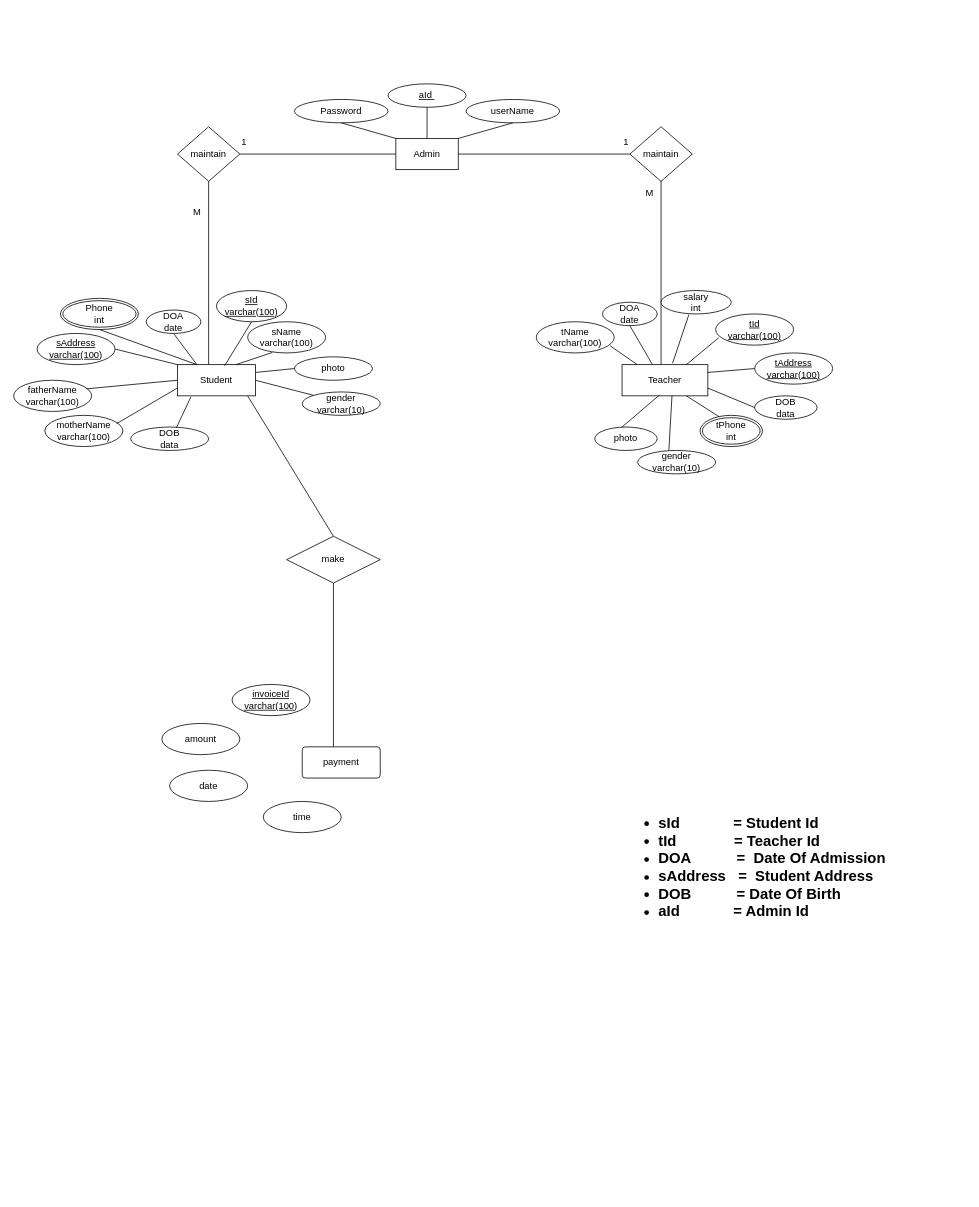
Dulara-Akalanka/Group-Software-Project keeps this draw.io diagram as ER-Diagram.drawio. Above is the earlier version. Source tidied: cells renumbered, new cells numbered last; positions are measured from the earlier drawing's top-left corner, leaving out a move shared by most shapes. Both pictures are drawn from the tidied source at 78%, with x=0, y=0 at pixel (13, 83).
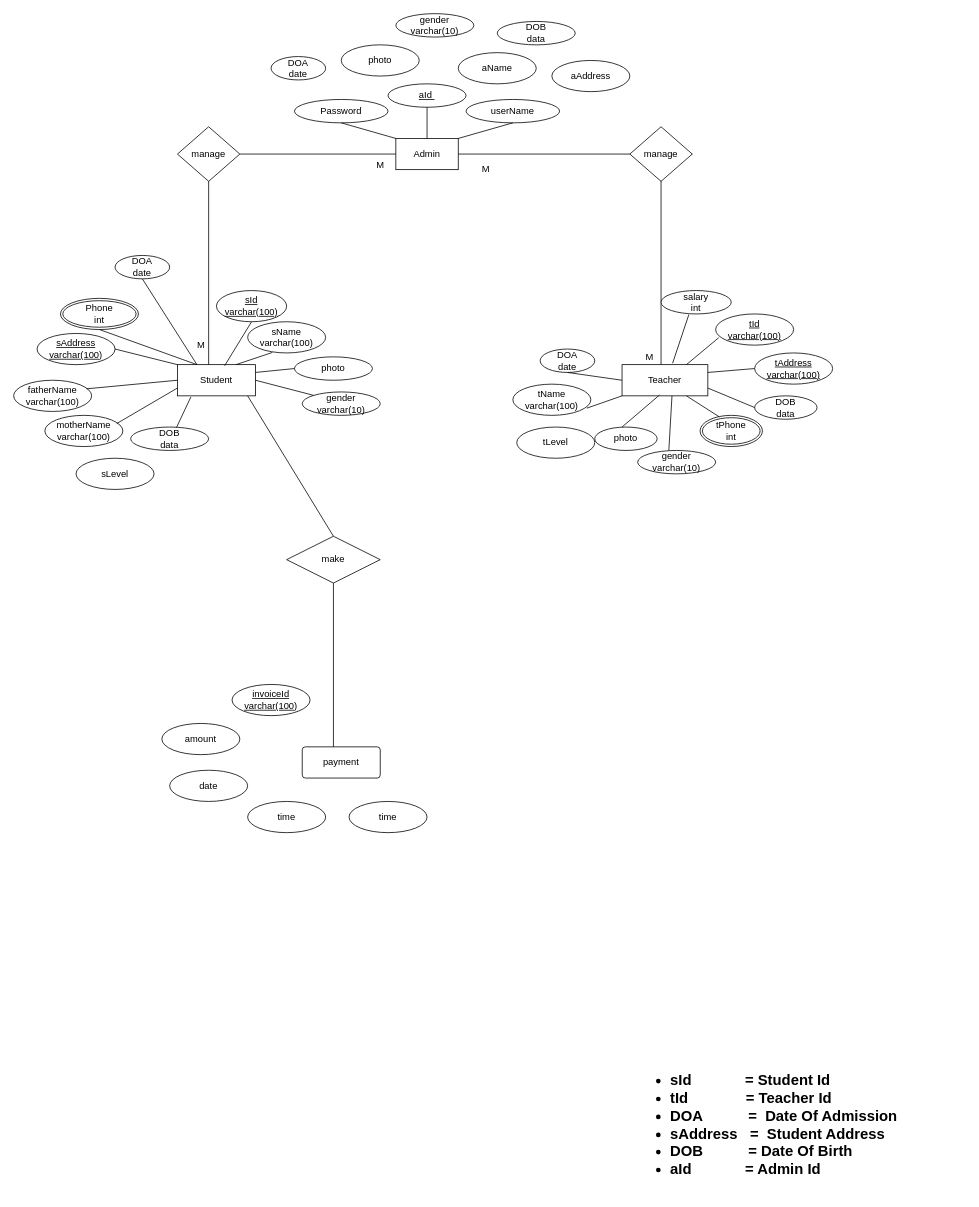
The same diagram, later.

Unchanged cells that the change refers to:
```xml
<mxCell id="3" value="Teacher" style="whiteSpace=wrap;html=1;align=center;" parent="1" vertex="1">
  <mxGeometry x="780" y="360" width="110" height="40" as="geometry" />
</mxCell>
```

Change to the diagram source:
```diff
@@
     <mxCell id="7" value="tName&lt;br&gt;varchar(100)" style="ellipse;whiteSpace=wrap;html=1;align=center;" parent="1" vertex="1">
-      <mxGeometry x="670" y="305" width="100" height="40" as="geometry" />
+      <mxGeometry x="640" y="385" width="100" height="40" as="geometry" />
     </mxCell>
@@
-    <mxCell id="32" value="1" style="text;html=1;align=center;verticalAlign=middle;strokeColor=none;fillColor=none;" parent="1" vertex="1">
-      <mxGeometry x="280" y="60" width="30" height="30" as="geometry" />
+    <mxCell id="32" value="M" style="text;html=1;align=center;verticalAlign=middle;strokeColor=none;fillColor=none;" parent="1" vertex="1">
+      <mxGeometry x="455" y="90" width="30" height="30" as="geometry" />
     </mxCell>
     <mxCell id="33" value="M" style="text;html=1;align=center;verticalAlign=middle;strokeColor=none;fillColor=none;" parent="1" vertex="1">
-      <mxGeometry x="220" y="150" width="30" height="30" as="geometry" />
+      <mxGeometry x="225" y="320" width="30" height="30" as="geometry" />
     </mxCell>
@@
-    <mxCell id="35" value="maintain" style="rhombus;whiteSpace=wrap;html=1;" parent="1" vertex="1">
+    <mxCell id="35" value="manage" style="rhombus;whiteSpace=wrap;html=1;" parent="1" vertex="1">
       <mxGeometry x="210" y="55" width="80" height="70" as="geometry" />
     </mxCell>
@@
-    <mxCell id="39" value="maintain" style="rhombus;whiteSpace=wrap;html=1;" parent="1" vertex="1">
+    <mxCell id="39" value="manage" style="rhombus;whiteSpace=wrap;html=1;" parent="1" vertex="1">
       <mxGeometry x="790" y="55" width="80" height="70" as="geometry" />
     </mxCell>
-    <mxCell id="40" value="1" style="text;html=1;align=center;verticalAlign=middle;strokeColor=none;fillColor=none;" parent="1" vertex="1">
-      <mxGeometry x="770" y="60" width="30" height="30" as="geometry" />
+    <mxCell id="40" value="M" style="text;html=1;align=center;verticalAlign=middle;strokeColor=none;fillColor=none;" parent="1" vertex="1">
+      <mxGeometry x="590" y="95" width="30" height="30" as="geometry" />
     </mxCell>
     <mxCell id="41" value="M" style="text;html=1;align=center;verticalAlign=middle;strokeColor=none;fillColor=none;" parent="1" vertex="1">
-      <mxGeometry x="800" y="125" width="30" height="30" as="geometry" />
+      <mxGeometry x="800" y="335" width="30" height="30" as="geometry" />
     </mxCell>
     <mxCell id="42" value="DOA&lt;br&gt;date" style="ellipse;whiteSpace=wrap;html=1;" parent="1" vertex="1">
-      <mxGeometry x="170" y="290" width="70" height="30" as="geometry" />
+      <mxGeometry x="130" y="220" width="70" height="30" as="geometry" />
     </mxCell>
     <mxCell id="43" value="DOA&lt;br&gt;date" style="ellipse;whiteSpace=wrap;html=1;direction=south;" parent="1" vertex="1">
-      <mxGeometry x="755" y="280" width="70" height="30" as="geometry" />
+      <mxGeometry x="675" y="340" width="70" height="30" as="geometry" />
     </mxCell>
@@
-    <mxCell id="46" style="endArrow=none;html=1;rounded=0;exitX=0.349;exitY=-0.025;exitDx=0;exitDy=0;exitPerimeter=0;entryX=1;entryY=0.5;entryDx=0;entryDy=0;" parent="1" edge="1" source="3" target="43">
+    <mxCell id="46" style="endArrow=none;html=1;rounded=0;exitX=0;exitY=0.5;exitDx=0;exitDy=0;entryX=1;entryY=0.5;entryDx=0;entryDy=0;" parent="1" edge="1" source="3" target="43">
       <mxGeometry relative="1" as="geometry" />
     </mxCell>
-    <mxCell id="47" style="endArrow=none;html=1;rounded=0;exitX=0.175;exitY=-0.005;exitDx=0;exitDy=0;entryX=0.948;entryY=0.77;entryDx=0;entryDy=0;entryPerimeter=0;exitPerimeter=0;" parent="1" edge="1" source="3" target="7">
+    <mxCell id="47" style="endArrow=none;html=1;rounded=0;exitX=0;exitY=1;exitDx=0;exitDy=0;entryX=0.948;entryY=0.77;entryDx=0;entryDy=0;entryPerimeter=0;" parent="1" edge="1" source="3" target="7">
       <mxGeometry relative="1" as="geometry" />
     </mxCell>
@@
     <mxCell id="55" value="&lt;blockquote style=&quot;margin: 0 0 0 40px; border: none; padding: 0px;&quot;&gt;&lt;div style=&quot;&quot;&gt;&lt;div style=&quot;font-size: 19px;&quot;&gt;&lt;ul&gt;&lt;li&gt;&lt;b&gt;&lt;span style=&quot;background-color: initial;&quot;&gt;sId&amp;nbsp; &amp;nbsp; &amp;nbsp; &amp;nbsp; &amp;nbsp; &amp;nbsp; &amp;nbsp;=&amp;nbsp;&lt;/span&gt;&lt;span style=&quot;background-color: initial;&quot;&gt;Student Id&lt;/span&gt;&lt;/b&gt;&lt;/li&gt;&lt;li&gt;&lt;span style=&quot;background-color: initial;&quot;&gt;&lt;b&gt;tId&amp;nbsp; &amp;nbsp; &amp;nbsp; &amp;nbsp; &amp;nbsp; &amp;nbsp; &amp;nbsp; = Teacher Id&amp;nbsp; &amp;nbsp; &amp;nbsp; &amp;nbsp; &amp;nbsp; &amp;nbsp; &amp;nbsp;&amp;nbsp;&lt;/b&gt;&lt;/span&gt;&lt;/li&gt;&lt;li&gt;&lt;span style=&quot;background-color: initial;&quot;&gt;&lt;b&gt;DOA&amp;nbsp; &amp;nbsp; &amp;nbsp; &amp;nbsp; &amp;nbsp; &amp;nbsp;=&amp;nbsp; Date Of Admission&lt;/b&gt;&lt;/span&gt;&lt;/li&gt;&lt;li&gt;&lt;span style=&quot;background-color: initial;&quot;&gt;&lt;b&gt;sAddress&amp;nbsp; &amp;nbsp;=&amp;nbsp; Student Address&lt;/b&gt;&lt;/span&gt;&lt;/li&gt;&lt;li&gt;&lt;span style=&quot;background-color: initial;&quot;&gt;&lt;b&gt;DOB&amp;nbsp; &amp;nbsp; &amp;nbsp; &amp;nbsp; &amp;nbsp; &amp;nbsp;= Date Of Birth&lt;/b&gt;&lt;/span&gt;&lt;/li&gt;&lt;li&gt;&lt;b&gt;aId&amp;nbsp; &amp;nbsp; &amp;nbsp; &amp;nbsp; &amp;nbsp; &amp;nbsp; &amp;nbsp;= Admin Id&lt;/b&gt;&lt;/li&gt;&lt;/ul&gt;&lt;/div&gt;&lt;/div&gt;&lt;/blockquote&gt;" style="text;html=1;strokeColor=none;fillColor=none;align=left;verticalAlign=middle;whiteSpace=wrap;rounded=0;" parent="1" vertex="1">
-      <mxGeometry x="745" y="940" width="460" height="130" as="geometry" />
+      <mxGeometry x="760" y="1270" width="460" height="130" as="geometry" />
     </mxCell>
@@
     <mxCell id="69" value="time" style="ellipse;whiteSpace=wrap;html=1;align=center;" parent="1" vertex="1">
-      <mxGeometry x="320" y="920" width="100" height="40" as="geometry" />
+      <mxGeometry x="300" y="920" width="100" height="40" as="geometry" />
     </mxCell>
+    <mxCell id="70" value="aName" style="ellipse;whiteSpace=wrap;html=1;align=center;" parent="1" vertex="1">
+      <mxGeometry x="570" y="-40" width="100" height="40" as="geometry" />
+    </mxCell>
+    <mxCell id="71" value="aAddress" style="ellipse;whiteSpace=wrap;html=1;align=center;" parent="1" vertex="1">
+      <mxGeometry x="690" y="-30" width="100" height="40" as="geometry" />
+    </mxCell>
+    <mxCell id="72" value="photo" style="ellipse;whiteSpace=wrap;html=1;align=center;" parent="1" vertex="1">
+      <mxGeometry x="420" y="-50" width="100" height="40" as="geometry" />
+    </mxCell>
+    <mxCell id="73" value="gender&lt;br&gt;varchar(10)" style="ellipse;whiteSpace=wrap;html=1;align=center;" parent="1" vertex="1">
+      <mxGeometry x="490" y="-90" width="100" height="30" as="geometry" />
+    </mxCell>
+    <mxCell id="74" value="time" style="ellipse;whiteSpace=wrap;html=1;align=center;" parent="1" vertex="1">
+      <mxGeometry x="430" y="920" width="100" height="40" as="geometry" />
+    </mxCell>
+    <mxCell id="75" value="DOB&lt;br&gt;data" style="ellipse;whiteSpace=wrap;html=1;align=center;" parent="1" vertex="1">
+      <mxGeometry x="620" y="-80" width="100" height="30" as="geometry" />
+    </mxCell>
+    <mxCell id="76" value="DOA&lt;br&gt;date" style="ellipse;whiteSpace=wrap;html=1;" parent="1" vertex="1">
+      <mxGeometry x="330" y="-35" width="70" height="30" as="geometry" />
+    </mxCell>
+    <mxCell id="77" value="sLevel" style="ellipse;whiteSpace=wrap;html=1;align=center;" parent="1" vertex="1">
+      <mxGeometry x="80" y="480" width="100" height="40" as="geometry" />
+    </mxCell>
+    <mxCell id="78" value="tLevel" style="ellipse;whiteSpace=wrap;html=1;align=center;" parent="1" vertex="1">
+      <mxGeometry x="645" y="440" width="100" height="40" as="geometry" />
+    </mxCell>
```
